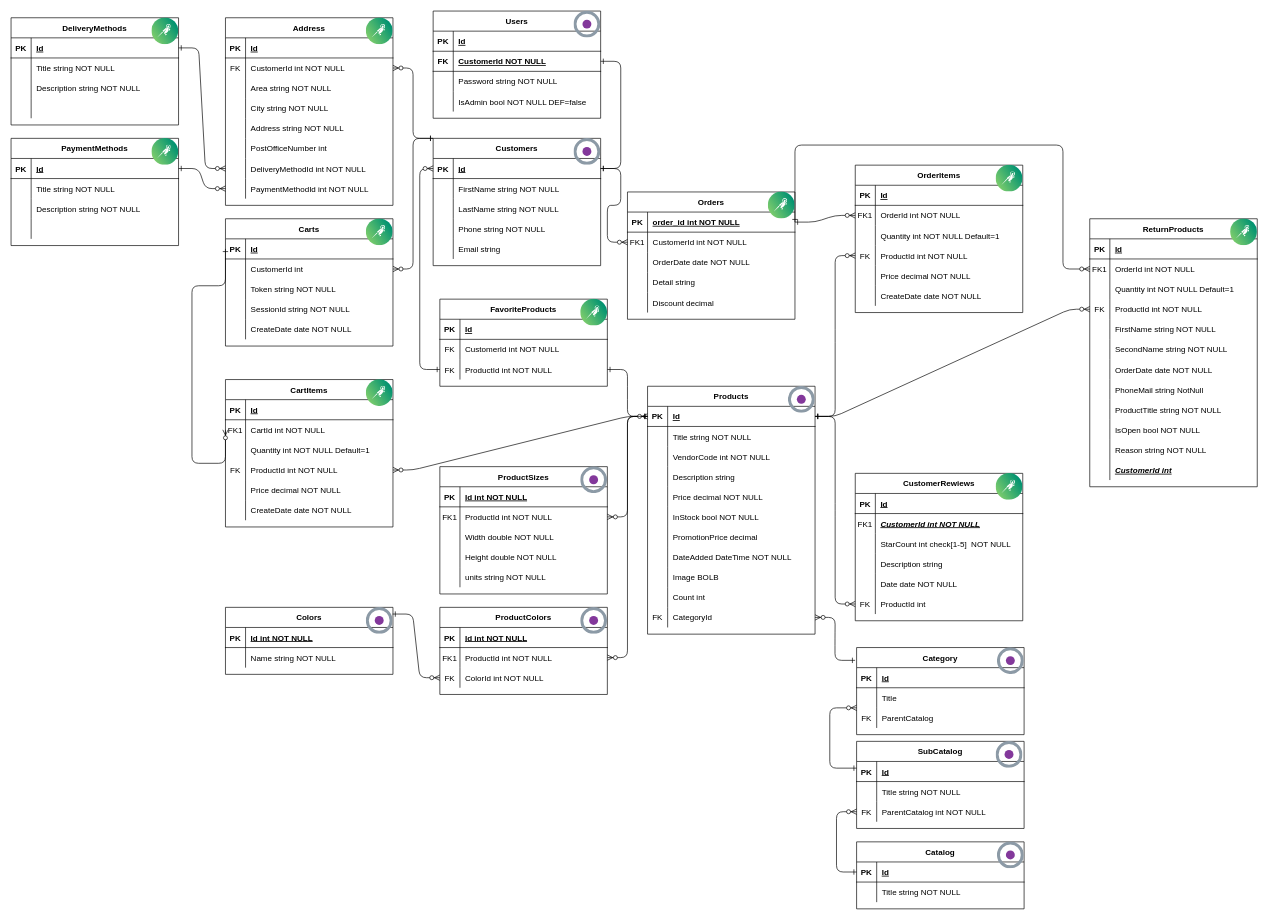
Above: OpencartShop/Domain/DataBaseStruct.drawio in maxpe3447/OpencartShop (draw.io), before the change. Source tidied: cells renumbered, new cells numbered last; positions are measured from the earlier drawing's top-left corner, leaving out a move shared by most shapes. Both pictures are drawn from the tidied source at 67%, with x=0, y=0 at pixel (11, 11).
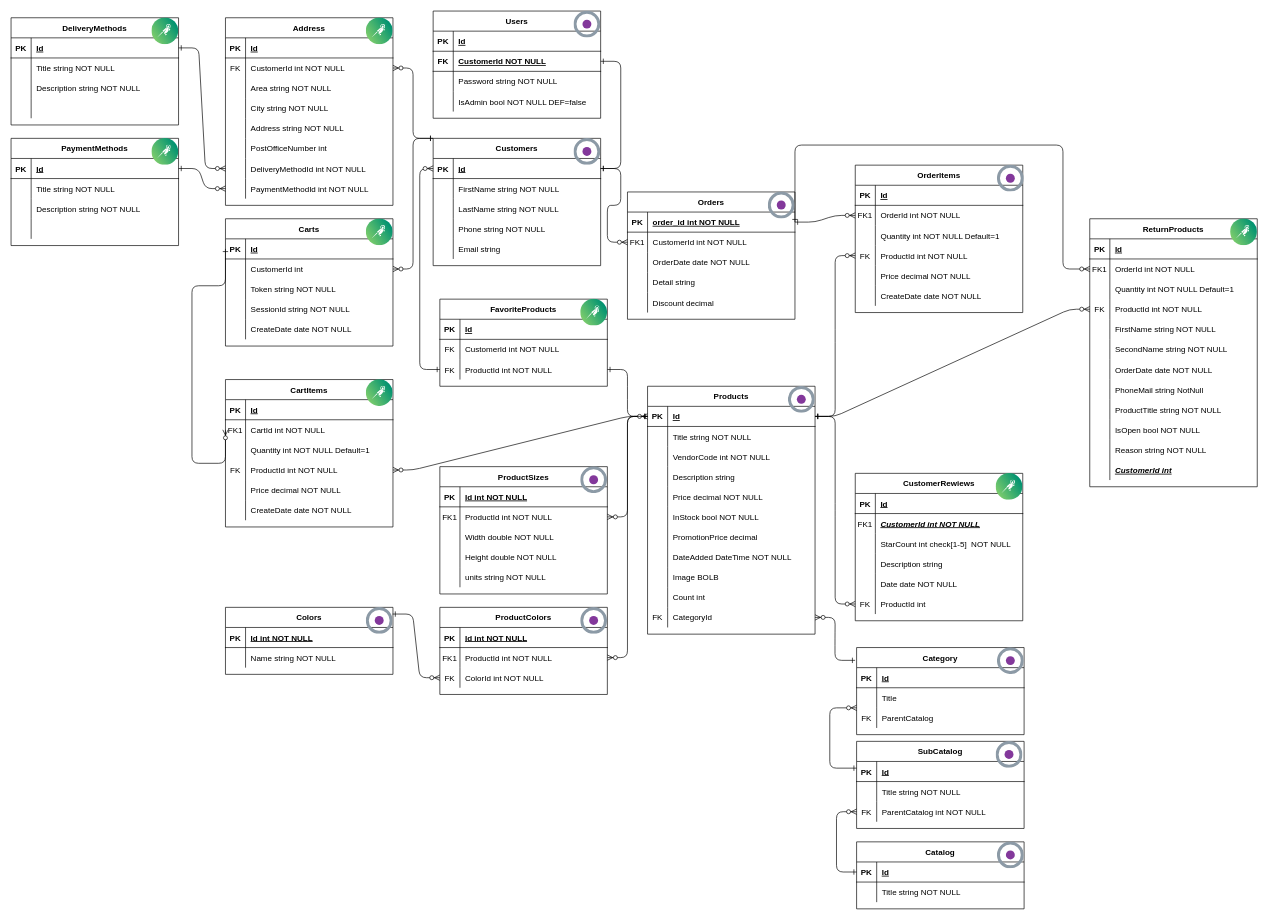
The same diagram, later.

Diff of the diagram source:
```diff
@@
-    <mxCell id="339" style="image;perimeter=ellipsePerimeter;html=1;align=center;fontSize=12;verticalAlign=top;fontColor=#364149;shadow=0;dashed=0;image=img/lib/cumulus/cumulus_linux_icon.svg;" parent="1" vertex="1">
-      <mxGeometry x="1130" y="270" width="40" height="40" as="geometry" />
-    </mxCell>
-    <mxCell id="340" style="image;perimeter=ellipsePerimeter;html=1;align=center;fontSize=12;verticalAlign=top;fontColor=#364149;shadow=0;dashed=0;image=img/lib/cumulus/cumulus_linux_icon.svg;" parent="1" vertex="1">
-      <mxGeometry x="1470" y="230" width="40" height="40" as="geometry" />
-    </mxCell>
@@
+    <mxCell id="352" style="image;perimeter=ellipsePerimeter;html=1;align=center;fontSize=12;verticalAlign=top;fontColor=#364149;shadow=0;dashed=0;image=img/lib/cumulus/netq_agent.svg;" parent="1" vertex="1">
+      <mxGeometry x="1130" y="270" width="40" height="40" as="geometry" />
+    </mxCell>
+    <mxCell id="353" style="image;perimeter=ellipsePerimeter;html=1;align=center;fontSize=12;verticalAlign=top;fontColor=#364149;shadow=0;dashed=0;image=img/lib/cumulus/netq_agent.svg;" parent="1" vertex="1">
+      <mxGeometry x="1472" y="230" width="40" height="40" as="geometry" />
+    </mxCell>
```
